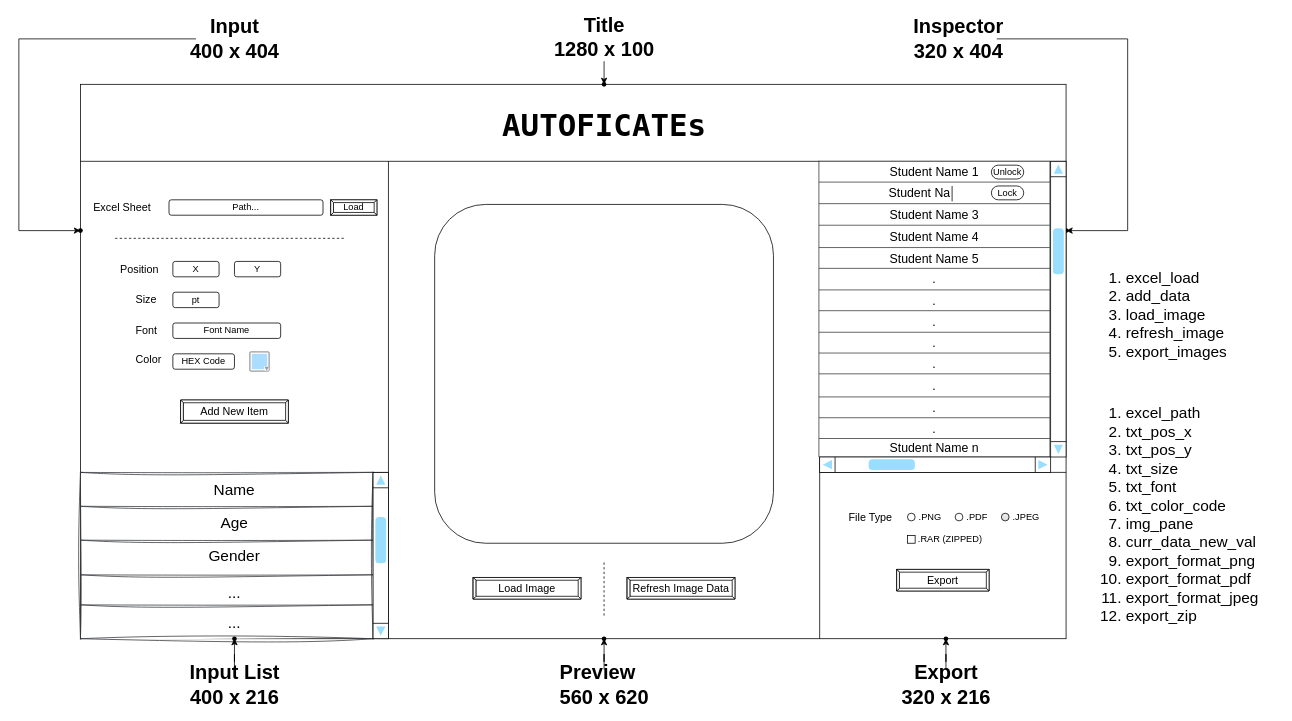
Above: page "Layout" (1 of 2) of Group/Autoficate/autoficate.drawio in DevSharma324/System-Designs (draw.io), before the change. Source tidied: cells renumbered, new cells numbered last; positions are measured from the earlier drawing's top-left corner, leaving out a move shared by most shapes. Both pictures are drawn from the tidied source at 77%, with x=0, y=0 at pixel (18, 23).
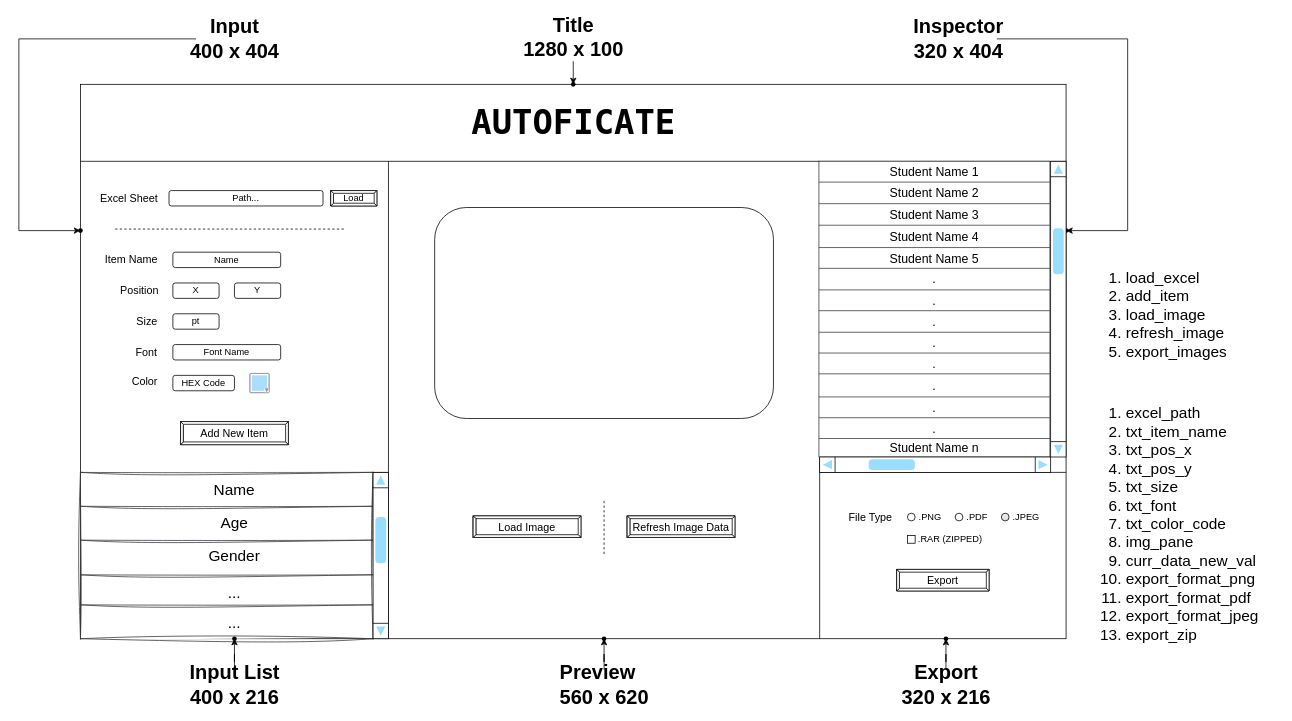
After the change.

Unchanged cells that the change refers to:
```xml
<mxCell id="75" style="shape=tableRow;horizontal=0;startSize=0;swimlaneHead=0;swimlaneBody=0;strokeColor=inherit;top=0;left=0;bottom=0;right=0;fillColor=none;fontSize=16;rounded=0;align=left;verticalAlign=middle;fontFamily=Helvetica;fontColor=default;html=1;spacingLeft=3;spacing=5;" parent="72" vertex="1">
  <mxGeometry y="27" width="300" height="28" as="geometry" />
</mxCell>
```

The edit, as a diff of the source:
```diff
@@
     <mxCell id="7" value="Load" style="labelPosition=center;verticalLabelPosition=middle;align=center;html=1;shape=mxgraph.basic.button;dx=3.57;whiteSpace=wrap;" parent="1" vertex="1">
-      <mxGeometry x="405" y="229" width="60" height="20" as="geometry" />
+      <mxGeometry x="405" y="217" width="60" height="20" as="geometry" />
     </mxCell>
     <mxCell id="8" value="Excel Sheet" style="text;html=1;strokeColor=none;fillColor=none;align=left;verticalAlign=middle;whiteSpace=wrap;rounded=0;fontSize=14;" parent="1" vertex="1">
-      <mxGeometry x="95" y="229" width="80" height="20" as="geometry" />
+      <mxGeometry x="104" y="217" width="80" height="20" as="geometry" />
     </mxCell>
     <mxCell id="9" value="Path..." style="rounded=1;whiteSpace=wrap;html=1;strokeColor=default;align=center;verticalAlign=middle;fontFamily=Helvetica;fontSize=12;fontColor=default;fillColor=default;" parent="1" vertex="1">
-      <mxGeometry x="195" y="229" width="200" height="20" as="geometry" />
+      <mxGeometry x="195" y="217" width="200" height="20" as="geometry" />
     </mxCell>
     <mxCell id="10" value="Position" style="text;html=1;strokeColor=none;fillColor=none;align=left;verticalAlign=middle;whiteSpace=wrap;rounded=0;fontSize=14;fontFamily=Helvetica;fontColor=default;" parent="1" vertex="1">
-      <mxGeometry x="130" y="309" width="50" height="20" as="geometry" />
+      <mxGeometry x="130" y="337" width="50" height="20" as="geometry" />
     </mxCell>
     <mxCell id="11" value="X" style="rounded=1;whiteSpace=wrap;html=1;align=center;verticalAlign=middle;fontFamily=Helvetica;fontSize=12;fontColor=default;fillColor=none;gradientColor=none;" parent="1" vertex="1">
-      <mxGeometry x="200" y="309" width="60" height="20" as="geometry" />
+      <mxGeometry x="200" y="337" width="60" height="20" as="geometry" />
     </mxCell>
     <mxCell id="12" value="Y" style="rounded=1;whiteSpace=wrap;html=1;align=center;verticalAlign=middle;fontFamily=Helvetica;fontSize=12;fontColor=default;fillColor=none;gradientColor=none;" parent="1" vertex="1">
-      <mxGeometry x="280" y="309" width="60" height="20" as="geometry" />
+      <mxGeometry x="280" y="337" width="60" height="20" as="geometry" />
     </mxCell>
     <mxCell id="13" value="Size" style="text;html=1;strokeColor=none;fillColor=none;align=left;verticalAlign=middle;whiteSpace=wrap;rounded=0;fontSize=14;fontFamily=Helvetica;fontColor=default;" parent="1" vertex="1">
-      <mxGeometry x="150" y="349" width="30" height="20" as="geometry" />
+      <mxGeometry x="151" y="377" width="30" height="20" as="geometry" />
     </mxCell>
     <mxCell id="14" value="&lt;div style=&quot;&quot;&gt;&lt;span style=&quot;background-color: initial;&quot;&gt;pt&lt;/span&gt;&lt;/div&gt;" style="rounded=1;whiteSpace=wrap;html=1;align=center;verticalAlign=middle;fontFamily=Helvetica;fontSize=12;fontColor=default;fillColor=none;gradientColor=none;" parent="1" vertex="1">
-      <mxGeometry x="200" y="349" width="60" height="20" as="geometry" />
+      <mxGeometry x="200" y="377" width="60" height="20" as="geometry" />
     </mxCell>
     <mxCell id="15" value="Font" style="text;html=1;strokeColor=none;fillColor=none;align=left;verticalAlign=middle;whiteSpace=wrap;rounded=0;fontSize=14;fontFamily=Helvetica;fontColor=default;" parent="1" vertex="1">
-      <mxGeometry x="150" y="389" width="30" height="20" as="geometry" />
+      <mxGeometry x="150" y="417" width="30" height="20" as="geometry" />
     </mxCell>
     <mxCell id="16" value="&lt;div style=&quot;&quot;&gt;&lt;span style=&quot;background-color: initial;&quot;&gt;Font Name&lt;/span&gt;&lt;/div&gt;" style="rounded=1;whiteSpace=wrap;html=1;align=center;verticalAlign=middle;fontFamily=Helvetica;fontSize=12;fontColor=default;fillColor=none;gradientColor=none;" parent="1" vertex="1">
-      <mxGeometry x="200" y="389" width="140" height="20" as="geometry" />
+      <mxGeometry x="200" y="417" width="140" height="20" as="geometry" />
     </mxCell>
     <mxCell id="17" value="&lt;div style=&quot;&quot;&gt;&lt;span style=&quot;background-color: initial;&quot;&gt;HEX Code&lt;/span&gt;&lt;/div&gt;" style="rounded=1;whiteSpace=wrap;html=1;align=center;verticalAlign=middle;fontFamily=Helvetica;fontSize=12;fontColor=default;fillColor=none;gradientColor=none;" parent="1" vertex="1">
-      <mxGeometry x="200" y="429" width="80" height="20" as="geometry" />
+      <mxGeometry x="200" y="457" width="80" height="20" as="geometry" />
     </mxCell>
     <mxCell id="18" value="Color" style="text;html=1;strokeColor=none;fillColor=none;align=left;verticalAlign=middle;whiteSpace=wrap;rounded=0;fontSize=14;fontFamily=Helvetica;fontColor=default;" parent="1" vertex="1">
-      <mxGeometry x="150" y="426.5" width="30" height="20" as="geometry" />
+      <mxGeometry x="145" y="454.5" width="30" height="20" as="geometry" />
     </mxCell>
     <mxCell id="19" style="verticalLabelPosition=bottom;shadow=0;dashed=0;align=center;html=1;verticalAlign=top;strokeWidth=1;shape=mxgraph.mockup.forms.colorPicker;chosenColor=#aaddff;rounded=0;fontFamily=Helvetica;fontSize=12;" parent="1" vertex="1">
-      <mxGeometry x="300" y="426.5" width="25" height="25" as="geometry" />
+      <mxGeometry x="300" y="454.5" width="25" height="25" as="geometry" />
     </mxCell>
@@
     <mxCell id="21" value="Add New Item" style="labelPosition=center;verticalLabelPosition=middle;align=center;html=1;shape=mxgraph.basic.button;dx=3.57;whiteSpace=wrap;fontSize=14;" parent="1" vertex="1">
-      <mxGeometry x="210" y="489" width="140" height="30" as="geometry" />
+      <mxGeometry x="210" y="517" width="140" height="30" as="geometry" />
     </mxCell>
@@
     <mxCell id="38" style="rounded=1;whiteSpace=wrap;html=1;align=left;verticalAlign=middle;fontFamily=Helvetica;fontSize=12;fontColor=default;fillColor=none;gradientColor=none;" parent="1" vertex="1">
-      <mxGeometry x="540" y="235" width="440" height="440" as="geometry" />
+      <mxGeometry x="540" y="239" width="440" height="274" as="geometry" />
     </mxCell>
@@
     <mxCell id="52" style="endArrow=none;dashed=1;html=1;rounded=0;fontFamily=Helvetica;fontSize=12;fontColor=default;" parent="1" edge="1">
       <mxGeometry relative="1" as="geometry">
-        <mxPoint x="125" y="279" as="sourcePoint" />
-        <mxPoint x="425" y="279" as="targetPoint" />
+        <mxPoint x="125" y="267" as="sourcePoint" />
+        <mxPoint x="425" y="267" as="targetPoint" />
       </mxGeometry>
     </mxCell>
@@
     <mxCell id="59" value="Load Image" style="labelPosition=center;verticalLabelPosition=middle;align=center;html=1;shape=mxgraph.basic.button;dx=3.57;whiteSpace=wrap;fontSize=14;" parent="1" vertex="1">
-      <mxGeometry x="590" y="719.5" width="140" height="28" as="geometry" />
+      <mxGeometry x="590" y="639.5" width="140" height="28" as="geometry" />
     </mxCell>
     <mxCell id="60" value="Refresh Image Data" style="labelPosition=center;verticalLabelPosition=middle;align=center;html=1;shape=mxgraph.basic.button;dx=3.57;whiteSpace=wrap;fontSize=14;" parent="1" vertex="1">
-      <mxGeometry x="790" y="719.5" width="140" height="28" as="geometry" />
+      <mxGeometry x="790" y="639.5" width="140" height="28" as="geometry" />
     </mxCell>
-    <mxCell id="61" value="AUTOFICATEs" style="text;strokeColor=none;fillColor=none;html=1;fontSize=40;fontStyle=1;verticalAlign=middle;align=center;fontFamily=Lucida Console;fontColor=default;" parent="1" vertex="1">
-      <mxGeometry x="550" y="111.5" width="420" height="40" as="geometry" />
+    <mxCell id="61" value="&lt;font style=&quot;font-size: 44px;&quot;&gt;AUTOFICATE&lt;/font&gt;" style="text;strokeColor=none;fillColor=none;html=1;fontSize=40;fontStyle=1;verticalAlign=middle;align=center;fontFamily=Lucida Console;fontColor=default;" parent="1" vertex="1">
+      <mxGeometry x="590" y="115" width="260" height="27.5" as="geometry" />
     </mxCell>
-    <mxCell id="62" value="&lt;ol style=&quot;&quot;&gt;&lt;li style=&quot;font-size: 20px;&quot;&gt;excel_load&lt;/li&gt;&lt;li style=&quot;font-size: 20px;&quot;&gt;add_data&lt;/li&gt;&lt;li style=&quot;font-size: 20px;&quot;&gt;load_image&lt;/li&gt;&lt;li style=&quot;&quot;&gt;refresh_image&lt;br&gt;&lt;/li&gt;&lt;li style=&quot;&quot;&gt;export_images&lt;br&gt;&lt;/li&gt;&lt;/ol&gt;" style="text;strokeColor=none;fillColor=none;html=1;whiteSpace=wrap;verticalAlign=top;overflow=hidden;fontSize=20;fontFamily=Helvetica;fontColor=default;" parent="1" vertex="1">
+    <mxCell id="62" value="&lt;ol style=&quot;&quot;&gt;&lt;li style=&quot;font-size: 20px;&quot;&gt;load_excel&lt;/li&gt;&lt;li style=&quot;font-size: 20px;&quot;&gt;add_item&lt;/li&gt;&lt;li style=&quot;font-size: 20px;&quot;&gt;load_image&lt;/li&gt;&lt;li style=&quot;&quot;&gt;refresh_image&lt;br&gt;&lt;/li&gt;&lt;li style=&quot;&quot;&gt;export_images&lt;br&gt;&lt;/li&gt;&lt;/ol&gt;" style="text;strokeColor=none;fillColor=none;html=1;whiteSpace=wrap;verticalAlign=top;overflow=hidden;fontSize=20;fontFamily=Helvetica;fontColor=default;" parent="1" vertex="1">
       <mxGeometry x="1396" y="291" width="240" height="160" as="geometry" />
     </mxCell>
     <mxCell id="63" style="endArrow=none;dashed=1;html=1;rounded=0;fontFamily=Helvetica;fontSize=12;fontColor=default;" parent="1" edge="1">
       <mxGeometry relative="1" as="geometry">
-        <mxPoint x="760" y="769" as="sourcePoint" />
-        <mxPoint x="760" y="699" as="targetPoint" />
+        <mxPoint x="760" y="689" as="sourcePoint" />
+        <mxPoint x="760" y="619" as="targetPoint" />
       </mxGeometry>
     </mxCell>
@@
-    <mxCell id="76" value="&amp;nbsp; &amp;nbsp; &amp;nbsp; &amp;nbsp; &amp;nbsp; &amp;nbsp; &amp;nbsp; &amp;nbsp; &amp;nbsp; &amp;nbsp; Student Na" style="shape=partialRectangle;html=1;whiteSpace=wrap;strokeColor=inherit;overflow=hidden;fillColor=none;top=0;left=0;bottom=0;right=0;fontSize=16;rounded=0;align=left;verticalAlign=middle;fontFamily=Helvetica;fontColor=default;" parent="75" vertex="1">
+    <mxCell id="76" value="Student Name 2" style="shape=partialRectangle;html=1;whiteSpace=wrap;strokeColor=inherit;overflow=hidden;fillColor=none;top=0;left=0;bottom=0;right=0;fontSize=16;rounded=0;align=center;verticalAlign=middle;fontFamily=Helvetica;fontColor=default;" parent="75" vertex="1">
       <mxGeometry width="300" height="28" as="geometry" />
     </mxCell>
@@
-    <mxCell id="104" value="&lt;ol&gt;&lt;li&gt;excel_path&lt;/li&gt;&lt;li&gt;txt_pos_x&lt;/li&gt;&lt;li&gt;txt_pos_y&lt;/li&gt;&lt;li&gt;txt_size&lt;/li&gt;&lt;li&gt;txt_font&lt;/li&gt;&lt;li&gt;txt_color_code&lt;/li&gt;&lt;li&gt;img_pane&lt;/li&gt;&lt;li&gt;curr_data_new_val&lt;br&gt;&lt;/li&gt;&lt;li&gt;export_format_png&lt;br&gt;&lt;/li&gt;&lt;li&gt;export_format_pdf&lt;br&gt;&lt;/li&gt;&lt;li&gt;export_format_jpeg&lt;br&gt;&lt;/li&gt;&lt;li&gt;export_zip&lt;/li&gt;&lt;/ol&gt;" style="text;strokeColor=none;fillColor=none;html=1;whiteSpace=wrap;verticalAlign=top;overflow=hidden;fontSize=20;fontFamily=Helvetica;fontColor=default;" parent="1" vertex="1">
+    <mxCell id="104" value="&lt;ol&gt;&lt;li&gt;excel_path&lt;/li&gt;&lt;li&gt;txt_item_name&lt;br&gt;&lt;/li&gt;&lt;li&gt;txt_pos_x&lt;/li&gt;&lt;li&gt;txt_pos_y&lt;/li&gt;&lt;li&gt;txt_size&lt;/li&gt;&lt;li&gt;txt_font&lt;/li&gt;&lt;li&gt;txt_color_code&lt;/li&gt;&lt;li&gt;img_pane&lt;/li&gt;&lt;li&gt;curr_data_new_val&lt;br&gt;&lt;/li&gt;&lt;li&gt;export_format_png&lt;br&gt;&lt;/li&gt;&lt;li&gt;export_format_pdf&lt;br&gt;&lt;/li&gt;&lt;li&gt;export_format_jpeg&lt;br&gt;&lt;/li&gt;&lt;li&gt;export_zip&lt;/li&gt;&lt;/ol&gt;" style="text;strokeColor=none;fillColor=none;html=1;whiteSpace=wrap;verticalAlign=top;overflow=hidden;fontSize=20;fontFamily=Helvetica;fontColor=default;" parent="1" vertex="1">
       <mxGeometry x="1396" y="467" width="240" height="350" as="geometry" />
     </mxCell>
-    <mxCell id="105" value="Unlock" style="rounded=1;whiteSpace=wrap;html=1;strokeColor=default;align=center;verticalAlign=middle;fontFamily=Helvetica;fontSize=12;fontColor=default;fillColor=default;shadow=0;arcSize=50;" parent="1" vertex="1">
-      <mxGeometry x="1263" y="184" width="42" height="18" as="geometry" />
-    </mxCell>
-    <mxCell id="106" value="Lock" style="rounded=1;whiteSpace=wrap;html=1;strokeColor=default;align=center;verticalAlign=middle;fontFamily=Helvetica;fontSize=12;fontColor=default;fillColor=default;shadow=0;arcSize=50;" parent="1" vertex="1">
-      <mxGeometry x="1263" y="211" width="42" height="18" as="geometry" />
-    </mxCell>
-    <mxCell id="107" style="endArrow=none;html=1;rounded=0;fontFamily=Helvetica;fontSize=20;fontColor=default;" parent="1" edge="1">
-      <mxGeometry relative="1" as="geometry">
-        <mxPoint x="1212" y="231" as="sourcePoint" />
-        <mxPoint x="1212" y="211" as="targetPoint" />
-      </mxGeometry>
-    </mxCell>
     <mxCell id="108" style="group;" parent="1" vertex="1">
-      <mxGeometry x="690" width="140" height="89" as="geometry" />
+      <mxGeometry x="650" width="140" height="89" as="geometry" />
     </mxCell>
@@
+    <mxCell id="112" value="Item Name" style="text;html=1;strokeColor=none;fillColor=none;align=left;verticalAlign=middle;whiteSpace=wrap;rounded=0;fontSize=14;fontFamily=Helvetica;fontColor=default;" parent="1" vertex="1">
+      <mxGeometry x="110" y="297" width="75" height="20" as="geometry" />
+    </mxCell>
+    <mxCell id="113" value="&lt;div style=&quot;&quot;&gt;&lt;span style=&quot;background-color: initial;&quot;&gt;Name&lt;/span&gt;&lt;/div&gt;" style="rounded=1;whiteSpace=wrap;html=1;align=center;verticalAlign=middle;fontFamily=Helvetica;fontSize=12;fontColor=default;fillColor=none;gradientColor=none;" parent="1" vertex="1">
+      <mxGeometry x="200" y="297" width="140" height="20" as="geometry" />
+    </mxCell>
```
